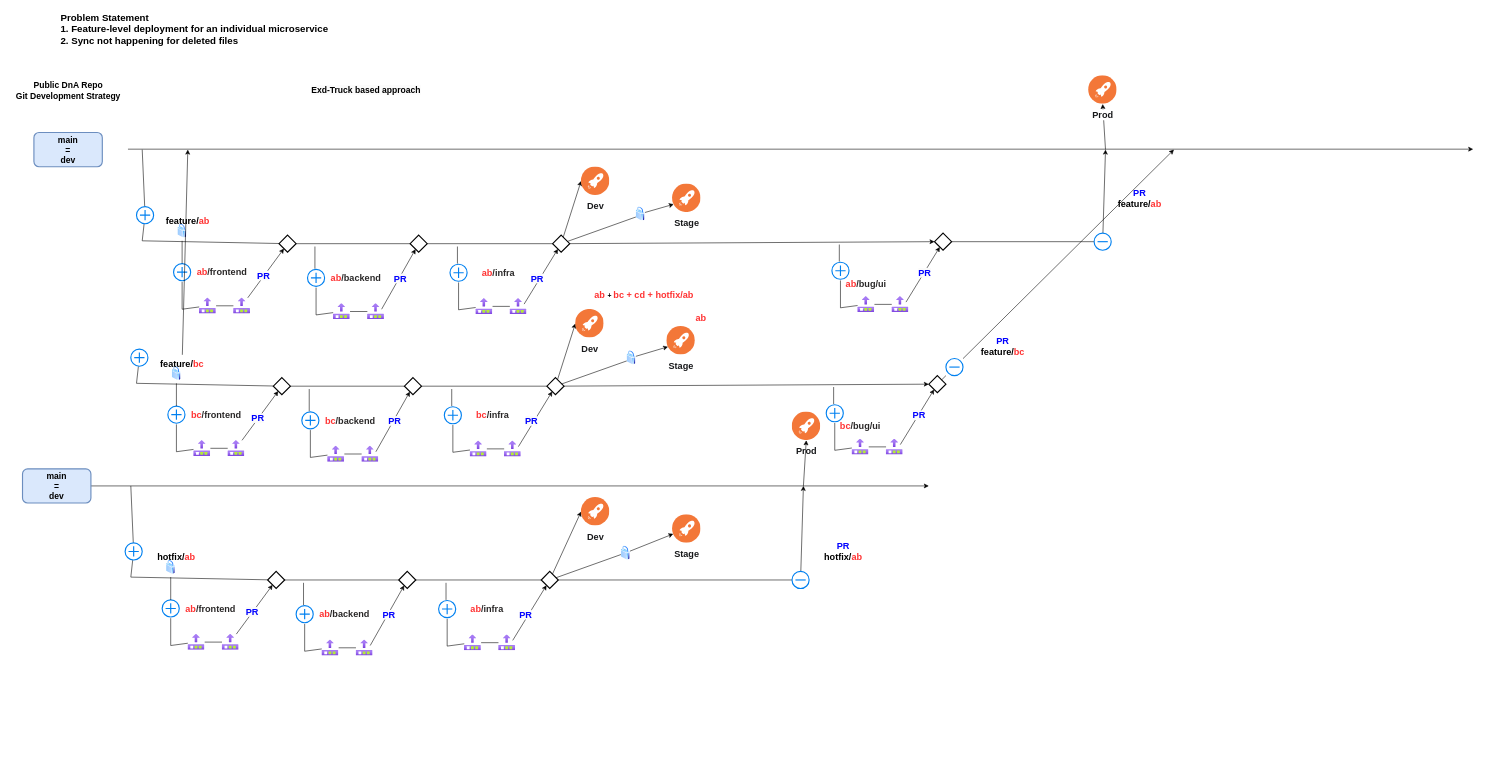
Earlier version of the draw.io diagram git-strategy.drawio (mercedes-benz/DnA). Source tidied: cells renumbered, new cells numbered last; positions are measured from the earlier drawing's top-left corner, leaving out a move shared by most shapes. Both pictures are drawn from the tidied source at 57%, with x=0, y=0 at pixel (10, 10).
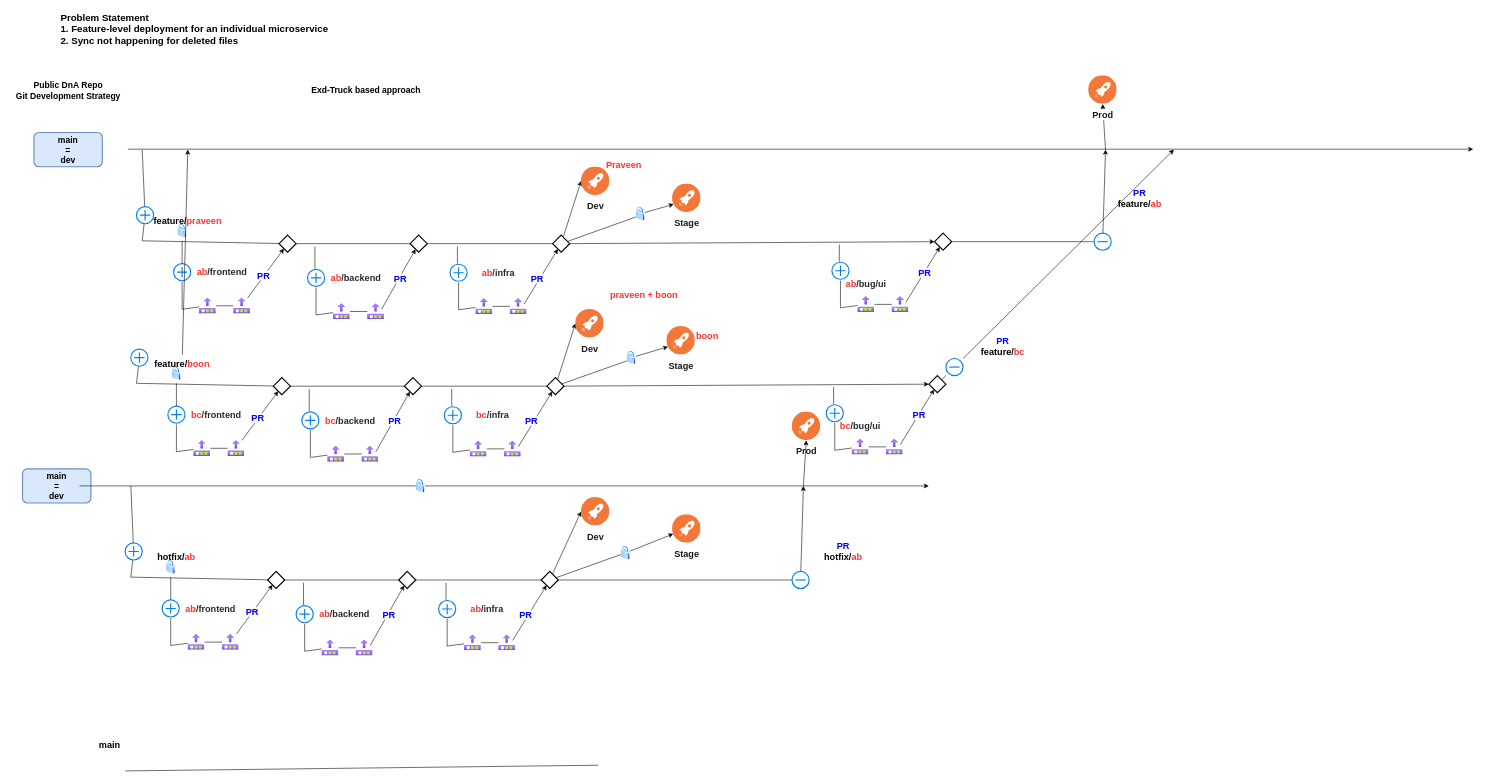
Above is the later version.

Change to the diagram source:
```diff
@@
-    <mxCell id="14" value="&lt;font style=&quot;font-size: 16px;&quot;&gt;&lt;b&gt;feature/&lt;font color=&quot;#ff3333&quot;&gt;ab&lt;/font&gt;&lt;/b&gt;&lt;/font&gt;" style="text;html=1;strokeColor=none;fillColor=none;align=center;verticalAlign=middle;whiteSpace=wrap;rounded=0;shadow=0;glass=0;labelBackgroundColor=none;labelBorderColor=none;sketch=0;strokeWidth=2;fontSize=15;" parent="1" vertex="1">
+    <mxCell id="14" value="&lt;font style=&quot;font-size: 16px;&quot;&gt;&lt;b&gt;feature/&lt;/b&gt;&lt;/font&gt;&lt;b style=&quot;border-color: var(--border-color); color: rgb(255, 51, 51); font-size: 16px;&quot;&gt;praveen&lt;/b&gt;" style="text;html=1;strokeColor=none;fillColor=none;align=center;verticalAlign=middle;whiteSpace=wrap;rounded=0;shadow=0;glass=0;labelBackgroundColor=none;labelBorderColor=none;sketch=0;strokeWidth=2;fontSize=15;" parent="1" vertex="1">
       <mxGeometry x="282" y="355" width="60" height="30" as="geometry" />
     </mxCell>
@@
-    <mxCell id="67" style="endArrow=classic;html=1;" parent="1" edge="1">
+    <mxCell id="67" style="endArrow=classic;html=1;startArrow=none;" parent="1" edge="1" source="195">
       <mxGeometry relative="1" as="geometry">
-        <mxPoint x="122" y="835" as="sourcePoint" />
         <mxPoint x="1612" y="835" as="targetPoint" />
       </mxGeometry>
     </mxCell>
@@
-    <mxCell id="132" value="&lt;font style=&quot;font-size: 16px;&quot;&gt;&lt;b&gt;feature/&lt;font color=&quot;#ff3333&quot;&gt;bc&lt;/font&gt;&lt;/b&gt;&lt;/font&gt;" style="text;html=1;strokeColor=none;fillColor=none;align=center;verticalAlign=middle;whiteSpace=wrap;rounded=0;shadow=0;glass=0;labelBackgroundColor=none;labelBorderColor=none;sketch=0;strokeWidth=2;fontSize=15;" parent="1" vertex="1">
+    <mxCell id="132" value="&lt;font style=&quot;font-size: 16px;&quot;&gt;&lt;b&gt;feature/&lt;/b&gt;&lt;/font&gt;&lt;b style=&quot;border-color: var(--border-color); color: rgb(255, 51, 51); font-size: 16px;&quot;&gt;boon&lt;/b&gt;" style="text;html=1;strokeColor=none;fillColor=none;align=center;verticalAlign=middle;whiteSpace=wrap;rounded=0;shadow=0;glass=0;labelBackgroundColor=none;labelBorderColor=none;sketch=0;strokeWidth=2;fontSize=15;" parent="1" vertex="1">
       <mxGeometry x="272" y="605" width="60" height="30" as="geometry" />
     </mxCell>
@@
-    <mxCell id="181" value="&lt;b style=&quot;border-color: var(--border-color); font-size: 16px;&quot;&gt;&lt;font style=&quot;border-color: var(--border-color);&quot; color=&quot;#ff3333&quot;&gt;ab&amp;nbsp;&lt;/font&gt;&lt;/b&gt;&lt;b&gt;+&amp;nbsp;&lt;/b&gt;&lt;b style=&quot;border-color: var(--border-color); font-size: 16px;&quot;&gt;&lt;font style=&quot;border-color: var(--border-color);&quot; color=&quot;#ff3333&quot;&gt;bc + cd + hotfix/ab&lt;/font&gt;&lt;/b&gt;" style="text;html=1;align=center;verticalAlign=middle;strokeColor=none;fillColor=none;" parent="1" vertex="1">
-      <mxGeometry x="1012" y="485" width="200" height="30" as="geometry" />
+    <mxCell id="181" value="&lt;font color=&quot;#ff3333&quot;&gt;&lt;span style=&quot;font-size: 16px;&quot;&gt;&lt;b&gt;praveen + boon&lt;/b&gt;&lt;/span&gt;&lt;/font&gt;" style="text;html=1;align=center;verticalAlign=middle;strokeColor=none;fillColor=none;" parent="1" vertex="1">
+      <mxGeometry x="1042" y="485" width="140" height="30" as="geometry" />
     </mxCell>
@@
-    <mxCell id="185" value="&lt;b style=&quot;border-color: var(--border-color); font-size: 16px;&quot;&gt;&lt;font style=&quot;border-color: var(--border-color);&quot; color=&quot;#ff3333&quot;&gt;ab&lt;/font&gt;&lt;/b&gt;" style="text;html=1;align=center;verticalAlign=middle;strokeColor=none;fillColor=none;" parent="1" vertex="1">
-      <mxGeometry x="1192" y="525" width="40" height="30" as="geometry" />
-    </mxCell>
@@
+    <mxCell id="192" value="&lt;b style=&quot;border-color: var(--border-color); color: rgb(255, 51, 51); font-family: Helvetica; font-size: 16px; font-style: normal; font-variant-ligatures: normal; font-variant-caps: normal; letter-spacing: normal; orphans: 2; text-align: center; text-indent: 0px; text-transform: none; widows: 2; word-spacing: 0px; -webkit-text-stroke-width: 0px; background-color: rgb(251, 251, 251); text-decoration-thickness: initial; text-decoration-style: initial; text-decoration-color: initial;&quot;&gt;Praveen&lt;/b&gt;" style="text;whiteSpace=wrap;html=1;" parent="1" vertex="1">
+      <mxGeometry x="1044" y="255" width="70" height="40" as="geometry" />
+    </mxCell>
+    <mxCell id="193" value="&lt;b style=&quot;border-color: var(--border-color); color: rgb(255, 51, 51); font-family: Helvetica; font-size: 16px; font-style: normal; font-variant-ligatures: normal; font-variant-caps: normal; letter-spacing: normal; orphans: 2; text-align: center; text-indent: 0px; text-transform: none; widows: 2; word-spacing: 0px; -webkit-text-stroke-width: 0px; background-color: rgb(251, 251, 251); text-decoration-thickness: initial; text-decoration-style: initial; text-decoration-color: initial;&quot;&gt;boon&lt;/b&gt;" style="text;whiteSpace=wrap;html=1;" parent="1" vertex="1">
+      <mxGeometry x="1202" y="555" width="70" height="40" as="geometry" />
+    </mxCell>
+    <mxCell id="194" style="endArrow=none;html=1;" parent="1" edge="1" target="195">
+      <mxGeometry relative="1" as="geometry">
+        <mxPoint x="122" y="835" as="sourcePoint" />
+      </mxGeometry>
+    </mxCell>
+    <mxCell id="195" style="perimeter=ellipsePerimeter;html=1;align=center;shadow=0;dashed=0;spacingTop=3;image;image=img/lib/active_directory/secure.svg;glass=0;labelBackgroundColor=none;labelBorderColor=none;sketch=0;strokeWidth=2;fontSize=16;fontColor=#FF3333;gradientColor=none;" parent="1" vertex="1">
+      <mxGeometry x="712" y="822.5" width="16" height="25" as="geometry" />
+    </mxCell>
+    <mxCell id="196" style="endArrow=none;html=1;fontSize=16;fontColor=#FF3333;" parent="1" edge="1">
+      <mxGeometry relative="1" as="geometry">
+        <mxPoint x="202" y="1335" as="sourcePoint" />
+        <mxPoint x="1032" y="1325" as="targetPoint" />
+      </mxGeometry>
+    </mxCell>
+    <mxCell id="197" value="&lt;span style=&quot;font-size: 16px;&quot;&gt;&lt;b&gt;main&lt;/b&gt;&lt;/span&gt;" style="text;html=1;strokeColor=none;fillColor=none;align=center;verticalAlign=middle;whiteSpace=wrap;rounded=0;shadow=0;glass=0;labelBackgroundColor=none;labelBorderColor=none;sketch=0;strokeWidth=2;fontSize=15;" parent="1" vertex="1">
+      <mxGeometry x="144.5" y="1275" width="60" height="30" as="geometry" />
+    </mxCell>
```
